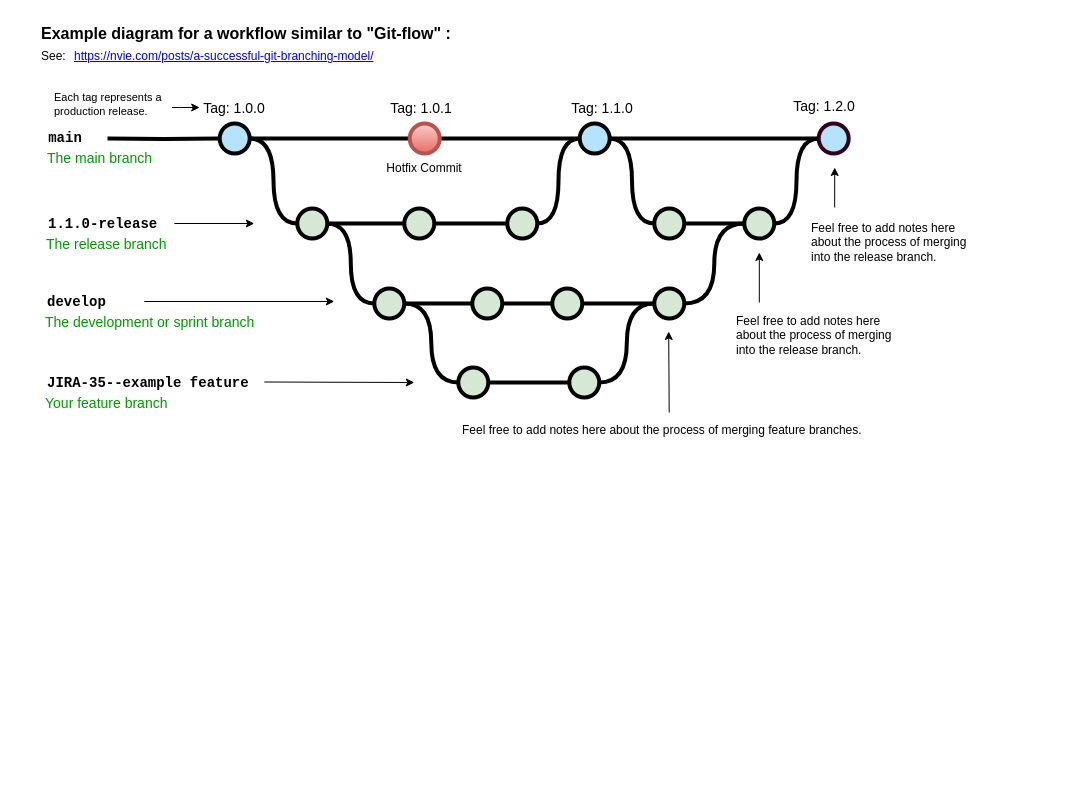
Earlier version of the draw.io diagram Untitled Diagram.drawio (devenparab/draw.io). Source tidied: cells renumbered, new cells numbered last; positions are measured from the earlier drawing's top-left corner, leaving out a move shared by most shapes. Both pictures are drawn from the tidied source at 100%, with x=0, y=0 at pixel (39, 17).
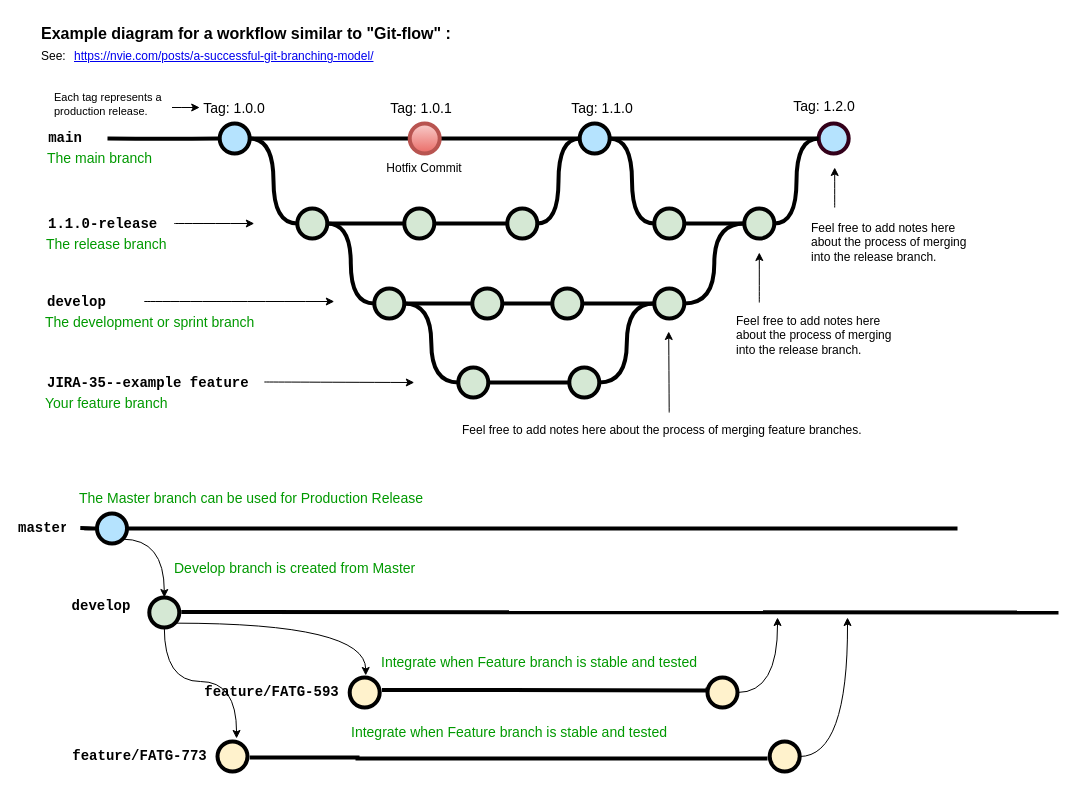
Above is the later version.

The change refers to these unchanged cells:
```xml
<mxCell id="5" style="verticalLabelPosition=bottom;verticalAlign=top;html=1;strokeWidth=4;shape=mxgraph.flowchart.on-page_reference;plain-blue;gradientColor=none;fillColor=#B5E3Fe;strokeColor=#000000;" parent="1" vertex="1">
  <mxGeometry x="180.2" y="106" width="30" height="30" as="geometry" />
</mxCell>
<mxCell id="8" style="verticalLabelPosition=bottom;verticalAlign=top;html=1;strokeWidth=4;shape=mxgraph.flowchart.on-page_reference;plain-blue;gradientColor=none;strokeColor=#000000;fillColor=#B5E3FE;" parent="1" vertex="1">
  <mxGeometry x="540.2" y="106" width="30" height="30" as="geometry" />
</mxCell>
<mxCell id="22" style="verticalLabelPosition=bottom;verticalAlign=top;html=1;strokeWidth=4;shape=mxgraph.flowchart.on-page_reference;plain-purple;gradientColor=none;strokeColor=#000000;fillColor=#D5E8D4;" parent="1" vertex="1">
  <mxGeometry x="334.8" y="271" width="30" height="30" as="geometry" />
</mxCell>
<mxCell id="24" style="verticalLabelPosition=bottom;verticalAlign=top;html=1;strokeWidth=4;shape=mxgraph.flowchart.on-page_reference;plain-purple;gradientColor=none;strokeColor=#000000;fillColor=#D5E8D4;" parent="1" vertex="1">
  <mxGeometry x="432.8" y="271" width="30" height="30" as="geometry" />
</mxCell>
<mxCell id="31" style="verticalLabelPosition=bottom;verticalAlign=top;html=1;strokeWidth=4;shape=mxgraph.flowchart.on-page_reference;plain-purple;gradientColor=none;strokeColor=#000000;fillColor=#D5E8D4;" parent="1" vertex="1">
  <mxGeometry x="418.8" y="350" width="30" height="30" as="geometry" />
</mxCell>
<mxCell id="33" style="verticalLabelPosition=bottom;verticalAlign=top;html=1;strokeWidth=4;shape=mxgraph.flowchart.on-page_reference;plain-purple;gradientColor=none;strokeColor=#000000;fillColor=#D5E8D4;" parent="1" vertex="1">
  <mxGeometry x="529.8" y="350" width="30" height="30" as="geometry" />
</mxCell>
<mxCell id="43" value="Tag: 1.0.0" style="text;html=1;strokeColor=none;fillColor=none;align=center;verticalAlign=middle;whiteSpace=wrap;overflow=hidden;fontSize=14;" parent="1" vertex="1">
  <mxGeometry x="160.2" y="80" width="70" height="20" as="geometry" />
</mxCell>
<mxCell id="52" value="&lt;div style=&quot;&quot;&gt;&lt;span&gt;Feel free to add notes here about the process of merging feature branches.&lt;/span&gt;&lt;/div&gt;" style="text;html=1;strokeColor=none;fillColor=none;align=left;verticalAlign=middle;whiteSpace=wrap;overflow=hidden;fontSize=12;fontStyle=0;fontColor=#000000;" parent="1" vertex="1">
  <mxGeometry x="420.6" y="395" width="418.2" height="36" as="geometry" />
</mxCell>
<mxCell id="54" value="&lt;span style=&quot;text-align: center; font-size: 11px;&quot;&gt;Each tag represents a production release.&lt;/span&gt;" style="text;html=1;strokeColor=none;fillColor=none;align=left;verticalAlign=middle;whiteSpace=wrap;overflow=hidden;fontSize=11;fontStyle=0;fontColor=#000000;" parent="1" vertex="1">
  <mxGeometry x="12.5" y="68" width="120" height="38" as="geometry" />
</mxCell>
<mxCell id="61" style="verticalLabelPosition=bottom;verticalAlign=top;html=1;strokeWidth=4;shape=mxgraph.flowchart.on-page_reference;plain-blue;gradientColor=#EA6B66;strokeColor=#B85450;fillColor=#F8CECC;" parent="1" vertex="1">
  <mxGeometry x="370.2" y="106" width="30" height="30" as="geometry" />
</mxCell>
```

What changed in the source:
```diff
@@
-    <mxCell id="3" style="edgeStyle=orthogonalEdgeStyle;rounded=0;html=1;jettySize=auto;plain-blue;endArrow=none;endFill=0;strokeWidth=4;strokeColor=#000000;entryX=0;entryY=0.5;entryDx=0;entryDy=0;entryPerimeter=0;" parent="1" edge="1" source="5" target="61">
+    <mxCell id="3" style="edgeStyle=orthogonalEdgeStyle;rounded=0;html=1;jettySize=auto;plain-blue;endArrow=none;endFill=0;strokeWidth=4;strokeColor=#000000;entryX=0;entryY=0.5;entryDx=0;entryDy=0;entryPerimeter=0;curved=1;" parent="1" edge="1" source="5" target="61">
       <mxGeometry x="292.2" y="211" as="geometry" />
     </mxCell>
@@
-    <mxCell id="10" style="edgeStyle=orthogonalEdgeStyle;rounded=0;html=1;jettySize=auto;strokeWidth=4;endArrow=none;endFill=0;" parent="1" edge="1" target="5">
+    <mxCell id="10" style="edgeStyle=orthogonalEdgeStyle;rounded=0;html=1;jettySize=auto;strokeWidth=4;endArrow=none;endFill=0;curved=1;" parent="1" edge="1" target="5">
       <mxGeometry x="192.2" y="211" as="geometry">
         <mxPoint x="68" y="121" as="sourcePoint" />
       </mxGeometry>
     </mxCell>
@@
-    <mxCell id="19" style="edgeStyle=orthogonalEdgeStyle;rounded=0;jettySize=auto;html=1;endArrow=none;endFill=0;strokeWidth=4;" parent="1" edge="1" source="22" target="24">
+    <mxCell id="19" style="edgeStyle=orthogonalEdgeStyle;rounded=0;jettySize=auto;html=1;endArrow=none;endFill=0;strokeWidth=4;curved=1;" parent="1" edge="1" source="22" target="24">
       <mxGeometry relative="1" as="geometry" />
     </mxCell>
@@
-    <mxCell id="30" style="edgeStyle=orthogonalEdgeStyle;rounded=0;jettySize=auto;html=1;endArrow=none;endFill=0;strokeWidth=4;" parent="1" edge="1" source="31" target="33">
+    <mxCell id="30" style="edgeStyle=orthogonalEdgeStyle;rounded=0;jettySize=auto;html=1;endArrow=none;endFill=0;strokeWidth=4;curved=1;" parent="1" edge="1" source="31" target="33">
       <mxGeometry relative="1" as="geometry" />
     </mxCell>
@@
-    <mxCell id="39" style="endArrow=classic;html=1;strokeWidth=1;fontFamily=Courier New;fontColor=#009900;" parent="1" edge="1">
+    <mxCell id="39" style="endArrow=classic;html=1;strokeWidth=1;fontFamily=Courier New;fontColor=#009900;curved=1;" parent="1" edge="1">
       <mxGeometry relative="1" as="geometry">
         <mxPoint x="224.8" y="364.5" as="sourcePoint" />
         <mxPoint x="374.8" y="365" as="targetPoint" />
       </mxGeometry>
     </mxCell>
-    <mxCell id="40" style="endArrow=classic;html=1;strokeWidth=1;fontFamily=Courier New;fontColor=#009900;" parent="1" edge="1">
+    <mxCell id="40" style="endArrow=classic;html=1;strokeWidth=1;fontFamily=Courier New;fontColor=#009900;curved=1;" parent="1" edge="1">
       <mxGeometry relative="1" as="geometry">
         <mxPoint x="104.8" y="284" as="sourcePoint" />
         <mxPoint x="294.8" y="284" as="targetPoint" />
       </mxGeometry>
     </mxCell>
-    <mxCell id="41" style="endArrow=classic;html=1;strokeWidth=1;fontFamily=Courier New;fontColor=#009900;" parent="1" edge="1">
+    <mxCell id="41" style="endArrow=classic;html=1;strokeWidth=1;fontFamily=Courier New;fontColor=#009900;curved=1;" parent="1" edge="1">
       <mxGeometry relative="1" as="geometry">
         <mxPoint x="134.8" y="206" as="sourcePoint" />
         <mxPoint x="214.8" y="206" as="targetPoint" />
       </mxGeometry>
     </mxCell>
@@
-    <mxCell id="49" style="endArrow=classic;html=1;strokeWidth=1;fontFamily=Courier New;fontColor=#009900;exitX=0.5;exitY=0;exitDx=0;exitDy=0;" parent="1" edge="1" source="52">
+    <mxCell id="49" style="endArrow=classic;html=1;strokeWidth=1;fontFamily=Courier New;fontColor=#009900;exitX=0.5;exitY=0;exitDx=0;exitDy=0;curved=1;" parent="1" edge="1" source="52">
       <mxGeometry relative="1" as="geometry">
         <mxPoint x="629.2" y="314" as="targetPoint" />
       </mxGeometry>
     </mxCell>
-    <mxCell id="50" style="endArrow=classic;html=1;strokeWidth=1;fontFamily=Courier New;fontColor=#009900;" parent="1" edge="1">
+    <mxCell id="50" style="endArrow=classic;html=1;strokeWidth=1;fontFamily=Courier New;fontColor=#009900;curved=1;" parent="1" edge="1">
       <mxGeometry relative="1" as="geometry">
         <mxPoint x="719.8" y="285" as="sourcePoint" />
         <mxPoint x="719.8" y="235" as="targetPoint" />
       </mxGeometry>
     </mxCell>
@@
-    <mxCell id="53" style="edgeStyle=orthogonalEdgeStyle;rounded=0;jettySize=auto;html=1;fontSize=12;fontColor=#000000;entryX=0;entryY=0.5;entryDx=0;entryDy=0;" parent="1" edge="1" source="54" target="43">
+    <mxCell id="53" style="edgeStyle=orthogonalEdgeStyle;rounded=0;jettySize=auto;html=1;fontSize=12;fontColor=#000000;entryX=0;entryY=0.5;entryDx=0;entryDy=0;curved=1;" parent="1" edge="1" source="54" target="43">
       <mxGeometry relative="1" as="geometry">
         <Array as="points">
           <mxPoint x="140.2" y="90" />
           <mxPoint x="140.2" y="90" />
         </Array>
       </mxGeometry>
     </mxCell>
@@
-    <mxCell id="58" style="endArrow=classic;html=1;strokeWidth=1;fontFamily=Courier New;fontColor=#009900;" parent="1" edge="1">
+    <mxCell id="58" style="endArrow=classic;html=1;strokeWidth=1;fontFamily=Courier New;fontColor=#009900;curved=1;" parent="1" edge="1">
       <mxGeometry relative="1" as="geometry">
         <mxPoint x="795.2" y="190" as="sourcePoint" />
         <mxPoint x="795.2" y="150" as="targetPoint" />
       </mxGeometry>
     </mxCell>
@@
-    <mxCell id="60" style="edgeStyle=orthogonalEdgeStyle;rounded=0;jettySize=auto;html=1;fontSize=15;endArrow=none;endFill=0;strokeWidth=4;entryX=0;entryY=0.5;entryDx=0;entryDy=0;entryPerimeter=0;" parent="1" edge="1" source="61" target="8">
+    <mxCell id="60" style="edgeStyle=orthogonalEdgeStyle;rounded=0;jettySize=auto;html=1;fontSize=15;endArrow=none;endFill=0;strokeWidth=4;entryX=0;entryY=0.5;entryDx=0;entryDy=0;entryPerimeter=0;curved=1;" parent="1" edge="1" source="61" target="8">
       <mxGeometry relative="1" as="geometry" />
     </mxCell>
@@
+    <mxCell id="63" value="master" style="text;html=1;strokeColor=none;fillColor=none;align=center;verticalAlign=middle;whiteSpace=wrap;overflow=hidden;fontSize=14;fontStyle=1;fontFamily=Courier New;" parent="1" vertex="1">
+      <mxGeometry x="-22" y="490" width="50" height="42" as="geometry" />
+    </mxCell>
+    <mxCell id="64" style="edgeStyle=orthogonalEdgeStyle;rounded=0;html=1;jettySize=auto;strokeWidth=4;endArrow=none;endFill=0;startArrow=none;curved=1;" parent="1" edge="1" source="71">
+      <mxGeometry x="165" y="600.5" as="geometry">
+        <mxPoint x="918" y="511" as="targetPoint" />
+        <Array as="points">
+          <mxPoint x="128" y="511" />
+          <mxPoint x="128" y="511" />
+        </Array>
+      </mxGeometry>
+    </mxCell>
+    <mxCell id="65" value="The Master branch can be used for Production Release&amp;nbsp;" style="text;html=1;strokeColor=none;fillColor=none;align=left;verticalAlign=middle;whiteSpace=wrap;overflow=hidden;fontSize=14;fontStyle=0;fontColor=#009900;" parent="1" vertex="1">
+      <mxGeometry x="38" y="470" width="390" height="20" as="geometry" />
+    </mxCell>
+    <mxCell id="66" style="edgeStyle=orthogonalEdgeStyle;jettySize=auto;html=1;exitX=0.855;exitY=0.855;exitDx=0;exitDy=0;exitPerimeter=0;entryX=1.039;entryY=0.095;entryDx=0;entryDy=0;entryPerimeter=0;curved=1;" parent="1" edge="1" source="68" target="77">
+      <mxGeometry relative="1" as="geometry" />
+    </mxCell>
+    <mxCell id="67" style="edgeStyle=orthogonalEdgeStyle;curved=1;jettySize=auto;html=1;exitX=0.5;exitY=1;exitDx=0;exitDy=0;exitPerimeter=0;entryX=1.057;entryY=0.071;entryDx=0;entryDy=0;entryPerimeter=0;" parent="1" edge="1" source="68" target="79">
+      <mxGeometry relative="1" as="geometry" />
+    </mxCell>
+    <mxCell id="68" style="verticalLabelPosition=bottom;verticalAlign=top;html=1;strokeWidth=4;shape=mxgraph.flowchart.on-page_reference;plain-purple;gradientColor=none;strokeColor=#000000;fillColor=#D5E8D4;" parent="1" vertex="1">
+      <mxGeometry x="109.8" y="580" width="30" height="30" as="geometry" />
+    </mxCell>
+    <mxCell id="69" style="edgeStyle=orthogonalEdgeStyle;rounded=0;html=1;jettySize=auto;orthogonalLoop=1;strokeWidth=4;endArrow=none;endFill=0;curved=1;" parent="1" edge="1">
+      <mxGeometry x="266" y="684.5" as="geometry">
+        <mxPoint x="141.8" y="594.5" as="sourcePoint" />
+        <mxPoint x="1019" y="595" as="targetPoint" />
+        <Array as="points">
+          <mxPoint x="229" y="595" />
+          <mxPoint x="229" y="595" />
+        </Array>
+      </mxGeometry>
+    </mxCell>
+    <mxCell id="70" style="edgeStyle=orthogonalEdgeStyle;curved=1;rounded=0;jettySize=auto;html=1;exitX=0.855;exitY=0.855;exitDx=0;exitDy=0;exitPerimeter=0;entryX=0.5;entryY=0;entryDx=0;entryDy=0;entryPerimeter=0;" parent="1" edge="1" source="71" target="68">
+      <mxGeometry relative="1" as="geometry" />
+    </mxCell>
+    <mxCell id="71" style="verticalLabelPosition=bottom;verticalAlign=top;html=1;strokeWidth=4;shape=mxgraph.flowchart.on-page_reference;plain-blue;gradientColor=none;fillColor=#B5E3Fe;strokeColor=#000000;" parent="1" vertex="1">
+      <mxGeometry x="57.5" y="496" width="30" height="30" as="geometry" />
+    </mxCell>
+    <mxCell id="72" style="edgeStyle=orthogonalEdgeStyle;rounded=0;html=1;jettySize=auto;strokeWidth=4;endArrow=none;endFill=0;curved=1;" parent="1" edge="1" target="71">
+      <mxGeometry x="165" y="600.5" as="geometry">
+        <mxPoint x="40.8" y="510.5" as="sourcePoint" />
+      </mxGeometry>
+    </mxCell>
+    <mxCell id="73" value="Develop branch is created from Master&amp;nbsp;" style="text;html=1;strokeColor=none;fillColor=none;align=left;verticalAlign=middle;whiteSpace=wrap;overflow=hidden;fontSize=14;fontStyle=0;fontColor=#009900;" parent="1" vertex="1">
+      <mxGeometry x="132.5" y="540" width="265.2" height="20" as="geometry" />
+    </mxCell>
+    <mxCell id="74" value="develop" style="text;html=1;strokeColor=none;fillColor=none;align=center;verticalAlign=middle;whiteSpace=wrap;overflow=hidden;fontSize=14;fontStyle=1;fontFamily=Courier New;" parent="1" vertex="1">
+      <mxGeometry x="26.2" y="568" width="71.8" height="42" as="geometry" />
+    </mxCell>
+    <mxCell id="75" style="verticalLabelPosition=bottom;verticalAlign=top;html=1;strokeWidth=4;shape=mxgraph.flowchart.on-page_reference;strokeColor=#000000;fillColor=#fff2cc;" parent="1" vertex="1">
+      <mxGeometry x="310.2" y="660" width="30" height="30" as="geometry" />
+    </mxCell>
+    <mxCell id="76" style="edgeStyle=orthogonalEdgeStyle;rounded=0;html=1;jettySize=auto;orthogonalLoop=1;strokeWidth=4;endArrow=none;endFill=0;startArrow=none;" parent="1" edge="1">
+      <mxGeometry x="322.2" y="766.5" as="geometry">
+        <mxPoint x="342.5" y="672.5" as="sourcePoint" />
+        <mxPoint x="668" y="670" as="targetPoint" />
+        <Array as="points">
+          <mxPoint x="450.2" y="673" />
+          <mxPoint x="450.2" y="673" />
+        </Array>
+      </mxGeometry>
+    </mxCell>
+    <mxCell id="77" value="feature/FATG-593" style="text;html=1;strokeColor=none;fillColor=none;align=center;verticalAlign=middle;whiteSpace=wrap;overflow=hidden;fontSize=14;fontStyle=1;fontFamily=Courier New;" parent="1" vertex="1">
+      <mxGeometry x="144.8" y="654" width="174.6" height="42" as="geometry" />
+    </mxCell>
+    <mxCell id="78" style="verticalLabelPosition=bottom;verticalAlign=top;html=1;strokeWidth=4;shape=mxgraph.flowchart.on-page_reference;strokeColor=#000000;fillColor=#fff2cc;" parent="1" vertex="1">
+      <mxGeometry x="178" y="724" width="30" height="30" as="geometry" />
+    </mxCell>
+    <mxCell id="79" value="feature/FATG-773" style="text;html=1;strokeColor=none;fillColor=none;align=center;verticalAlign=middle;whiteSpace=wrap;overflow=hidden;fontSize=14;fontStyle=1;fontFamily=Courier New;" parent="1" vertex="1">
+      <mxGeometry x="12.5" y="718" width="174.6" height="42" as="geometry" />
+    </mxCell>
+    <mxCell id="80" value="Integrate when Feature branch is stable and tested" style="text;html=1;strokeColor=none;fillColor=none;align=left;verticalAlign=middle;whiteSpace=wrap;overflow=hidden;fontSize=14;fontStyle=0;fontColor=#009900;" parent="1" vertex="1">
+      <mxGeometry x="340.2" y="634" width="327.8" height="20" as="geometry" />
+    </mxCell>
+    <mxCell id="81" style="edgeStyle=orthogonalEdgeStyle;curved=1;jettySize=auto;html=1;" parent="1" edge="1" source="82">
+      <mxGeometry relative="1" as="geometry">
+        <mxPoint x="738" y="600" as="targetPoint" />
+      </mxGeometry>
+    </mxCell>
+    <mxCell id="82" style="verticalLabelPosition=bottom;verticalAlign=top;html=1;strokeWidth=4;shape=mxgraph.flowchart.on-page_reference;strokeColor=#000000;fillColor=#fff2cc;" parent="1" vertex="1">
+      <mxGeometry x="668" y="660" width="30" height="30" as="geometry" />
+    </mxCell>
+    <mxCell id="83" style="edgeStyle=orthogonalEdgeStyle;rounded=0;html=1;jettySize=auto;orthogonalLoop=1;strokeWidth=4;endArrow=none;endFill=0;startArrow=none;" parent="1" edge="1">
+      <mxGeometry x="190" y="834" as="geometry">
+        <mxPoint x="210.2" y="740" as="sourcePoint" />
+        <mxPoint x="728" y="741" as="targetPoint" />
+        <Array as="points">
+          <mxPoint x="318" y="740" />
+          <mxPoint x="318" y="741" />
+          <mxPoint x="536" y="741" />
+        </Array>
+      </mxGeometry>
+    </mxCell>
+    <mxCell id="84" style="edgeStyle=orthogonalEdgeStyle;curved=1;jettySize=auto;html=1;" parent="1" edge="1" source="85">
+      <mxGeometry relative="1" as="geometry">
+        <mxPoint x="808" y="600" as="targetPoint" />
+      </mxGeometry>
+    </mxCell>
+    <mxCell id="85" style="verticalLabelPosition=bottom;verticalAlign=top;html=1;strokeWidth=4;shape=mxgraph.flowchart.on-page_reference;strokeColor=#000000;fillColor=#fff2cc;" parent="1" vertex="1">
+      <mxGeometry x="730.2" y="724" width="30" height="30" as="geometry" />
+    </mxCell>
+    <mxCell id="86" value="Integrate when Feature branch is stable and tested" style="text;html=1;strokeColor=none;fillColor=none;align=left;verticalAlign=middle;whiteSpace=wrap;overflow=hidden;fontSize=14;fontStyle=0;fontColor=#009900;" parent="1" vertex="1">
+      <mxGeometry x="310.2" y="704" width="327.8" height="20" as="geometry" />
+    </mxCell>
```
